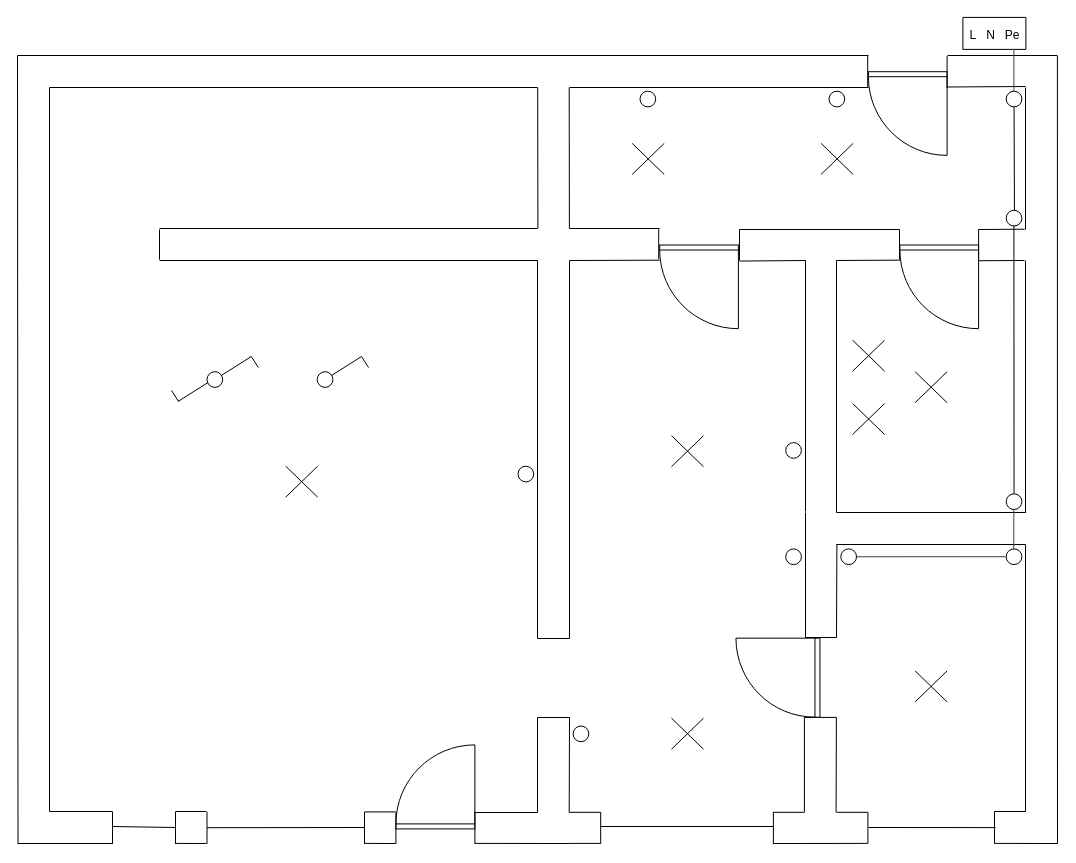
Earlier version of the draw.io diagram Flat.drawio (Pino-Tortellino/Implementation-Schemes). Source tidied: cells renumbered, new cells numbered last; positions are measured from the earlier drawing's top-left corner, leaving out a move shared by most shapes. Both pictures are drawn from the tidied source at 100%, with x=0, y=0 at pixel (17, 17).
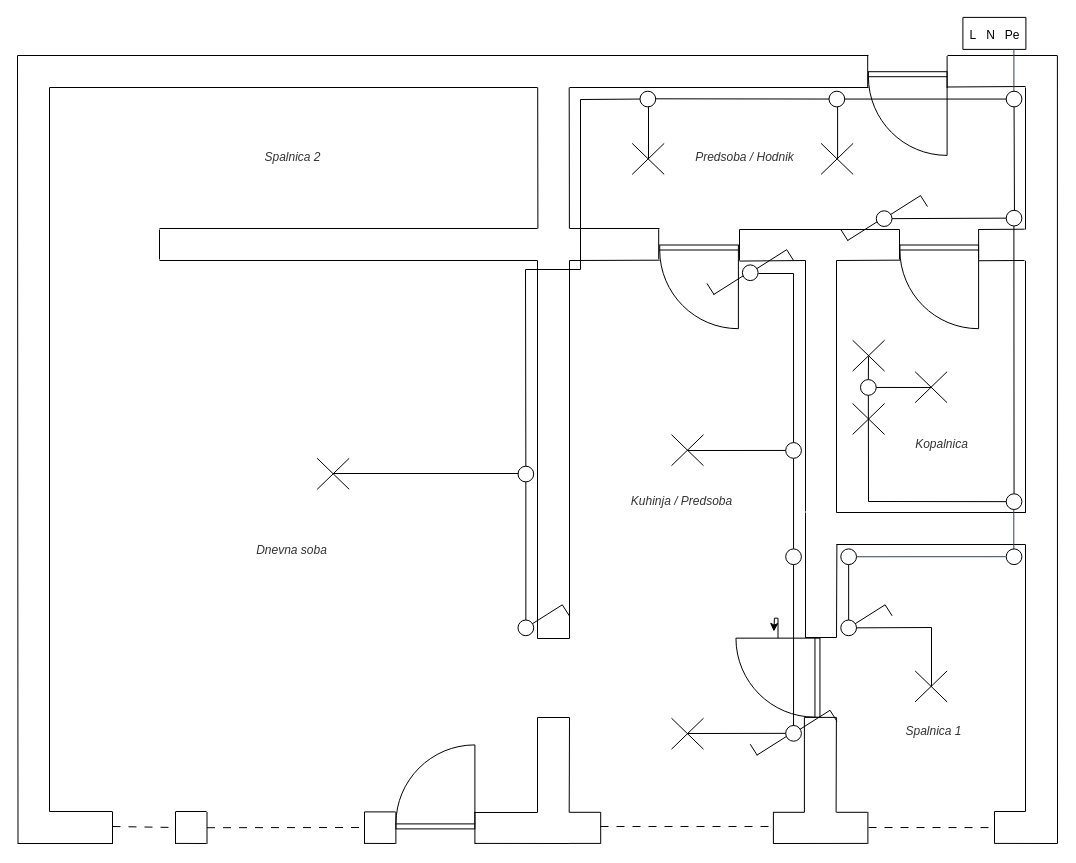
The same diagram, later.

The change refers to these unchanged cells:
```xml
<mxCell id="57" style="verticalLabelPosition=bottom;html=1;verticalAlign=top;align=center;shape=mxgraph.floorplan.doorLeft;rotation=90;" parent="1" vertex="1">
  <mxGeometry x="721" y="618.2" width="79" height="83.9" as="geometry" />
</mxCell>
<mxCell id="87" style="ellipse;whiteSpace=wrap;html=1;" parent="1" vertex="1">
  <mxGeometry x="988.7" y="73.7" width="15.7" height="15.7" as="geometry" />
</mxCell>
<mxCell id="89" style="ellipse;whiteSpace=wrap;html=1;" parent="1" vertex="1">
  <mxGeometry x="988.7" y="192.8" width="15.7" height="15.7" as="geometry" />
</mxCell>
<mxCell id="92" style="ellipse;whiteSpace=wrap;html=1;" parent="1" vertex="1">
  <mxGeometry x="988.7" y="476.3" width="15.7" height="15.7" as="geometry" />
</mxCell>
<mxCell id="97" style="ellipse;whiteSpace=wrap;html=1;" parent="1" vertex="1">
  <mxGeometry x="823.3" y="531.4" width="15.7" height="15.7" as="geometry" />
</mxCell>
<mxCell id="116" style="ellipse;whiteSpace=wrap;html=1;" parent="1" vertex="1">
  <mxGeometry x="811.5" y="73.7" width="15.7" height="15.7" as="geometry" />
</mxCell>
<mxCell id="117" style="ellipse;whiteSpace=wrap;html=1;" parent="1" vertex="1">
  <mxGeometry x="622.5" y="73.7" width="15.7" height="15.7" as="geometry" />
</mxCell>
<mxCell id="118" style="ellipse;whiteSpace=wrap;html=1;" parent="1" vertex="1">
  <mxGeometry x="768.2" y="531.4" width="15.7" height="15.7" as="geometry" />
</mxCell>
<mxCell id="119" style="ellipse;whiteSpace=wrap;html=1;" parent="1" vertex="1">
  <mxGeometry x="500.5" y="448.7" width="15.7" height="15.7" as="geometry" />
</mxCell>
<mxCell id="120" style="ellipse;whiteSpace=wrap;html=1;" parent="1" vertex="1">
  <mxGeometry x="768.2" y="425.1" width="15.7" height="15.7" as="geometry" />
</mxCell>
```

What changed in the source:
```diff
@@
-    <mxCell id="44" style="endArrow=none;html=1;rounded=0;" parent="1" edge="1">
+    <mxCell id="44" style="endArrow=none;html=1;rounded=0;dashed=1;dashPattern=8 8;" parent="1" edge="1">
       <mxGeometry relative="1" as="geometry">
         <mxPoint x="95" y="809" as="sourcePoint" />
         <mxPoint x="158" y="810" as="targetPoint" />
       </mxGeometry>
     </mxCell>
-    <mxCell id="45" style="endArrow=none;html=1;rounded=0;" parent="1" edge="1">
+    <mxCell id="45" style="endArrow=none;html=1;rounded=0;dashed=1;dashPattern=8 8;" parent="1" edge="1">
       <mxGeometry relative="1" as="geometry">
         <mxPoint x="583" y="809" as="sourcePoint" />
         <mxPoint x="756" y="809" as="targetPoint" />
       </mxGeometry>
     </mxCell>
-    <mxCell id="46" style="endArrow=none;html=1;rounded=0;" parent="1" edge="1">
+    <mxCell id="46" style="endArrow=none;html=1;rounded=0;dashed=1;dashPattern=8 8;" parent="1" edge="1">
       <mxGeometry relative="1" as="geometry">
         <mxPoint x="851" y="810" as="sourcePoint" />
         <mxPoint x="978.1" y="810.1" as="targetPoint" />
       </mxGeometry>
     </mxCell>
-    <mxCell id="47" style="endArrow=none;html=1;rounded=0;" parent="1" edge="1">
+    <mxCell id="47" style="endArrow=none;html=1;rounded=0;dashed=1;dashPattern=8 8;" parent="1" edge="1">
       <mxGeometry relative="1" as="geometry">
         <mxPoint x="189.5" y="810.2" as="sourcePoint" />
         <mxPoint x="347" y="810" as="targetPoint" />
       </mxGeometry>
     </mxCell>
@@
+    <mxCell id="130" style="edgeStyle=orthogonalEdgeStyle;rounded=0;jettySize=auto;html=1;" parent="1" edge="1" source="57">
+      <mxGeometry relative="1" as="geometry">
+        <mxPoint x="756.4" y="614" as="targetPoint" />
+      </mxGeometry>
+    </mxCell>
@@
     <mxCell id="108" style="endArrow=none;html=1;rounded=0;" parent="1" edge="1">
       <mxGeometry relative="1" as="geometry">
-        <mxPoint x="654" y="449.2" as="sourcePoint" />
-        <mxPoint x="686" y="418.2" as="targetPoint" />
+        <mxPoint x="654" y="448.2" as="sourcePoint" />
+        <mxPoint x="686" y="417.2" as="targetPoint" />
       </mxGeometry>
     </mxCell>
     <mxCell id="109" style="endArrow=none;html=1;rounded=0;" parent="1" edge="1">
       <mxGeometry relative="1" as="geometry">
-        <mxPoint x="654" y="418.2" as="sourcePoint" />
-        <mxPoint x="686" y="449.2" as="targetPoint" />
+        <mxPoint x="654" y="417.2" as="sourcePoint" />
+        <mxPoint x="686" y="448.2" as="targetPoint" />
       </mxGeometry>
     </mxCell>
     <mxCell id="110" style="endArrow=none;html=1;rounded=0;" parent="1" edge="1">
       <mxGeometry relative="1" as="geometry">
-        <mxPoint x="268.2" y="479.7" as="sourcePoint" />
-        <mxPoint x="300.2" y="448.7" as="targetPoint" />
+        <mxPoint x="299.7" y="471.8" as="sourcePoint" />
+        <mxPoint x="331.7" y="440.8" as="targetPoint" />
       </mxGeometry>
     </mxCell>
     <mxCell id="111" style="endArrow=none;html=1;rounded=0;" parent="1" edge="1">
       <mxGeometry relative="1" as="geometry">
-        <mxPoint x="268.2" y="448.7" as="sourcePoint" />
-        <mxPoint x="300.2" y="479.7" as="targetPoint" />
+        <mxPoint x="299.7" y="440.8" as="sourcePoint" />
+        <mxPoint x="331.7" y="471.8" as="targetPoint" />
       </mxGeometry>
     </mxCell>
@@
-    <mxCell id="121" style="ellipse;whiteSpace=wrap;html=1;" parent="1" vertex="1">
-      <mxGeometry x="555.6" y="708.5" width="15.7" height="15.7" as="geometry" />
-    </mxCell>
-    <mxCell id="122" style="ellipse;whiteSpace=wrap;html=1;" parent="1" vertex="1">
-      <mxGeometry x="299.7" y="354.2" width="15.7" height="15.7" as="geometry" />
-    </mxCell>
-    <mxCell id="123" style="endArrow=none;html=1;rounded=0;" parent="1" edge="1">
-      <mxGeometry relative="1" as="geometry">
-        <mxPoint x="314" y="358" as="sourcePoint" />
-        <mxPoint x="344" y="339" as="targetPoint" />
-      </mxGeometry>
-    </mxCell>
-    <mxCell id="124" style="endArrow=none;html=1;rounded=0;" parent="1" edge="1">
-      <mxGeometry relative="1" as="geometry">
-        <mxPoint x="351" y="350" as="sourcePoint" />
-        <mxPoint x="344" y="339" as="targetPoint" />
-      </mxGeometry>
-    </mxCell>
-    <mxCell id="125" style="ellipse;whiteSpace=wrap;html=1;" parent="1" vertex="1">
-      <mxGeometry x="189.5" y="354.2" width="15.7" height="15.7" as="geometry" />
-    </mxCell>
-    <mxCell id="126" style="endArrow=none;html=1;rounded=0;" parent="1" edge="1">
-      <mxGeometry relative="1" as="geometry">
-        <mxPoint x="203.8" y="358" as="sourcePoint" />
-        <mxPoint x="233.8" y="339" as="targetPoint" />
-      </mxGeometry>
-    </mxCell>
-    <mxCell id="127" style="endArrow=none;html=1;rounded=0;" parent="1" edge="1">
-      <mxGeometry relative="1" as="geometry">
-        <mxPoint x="240.8" y="350" as="sourcePoint" />
-        <mxPoint x="233.8" y="339" as="targetPoint" />
-      </mxGeometry>
-    </mxCell>
-    <mxCell id="128" style="endArrow=none;html=1;rounded=0;" parent="1" edge="1">
-      <mxGeometry relative="1" as="geometry">
-        <mxPoint x="160.5" y="384" as="sourcePoint" />
-        <mxPoint x="190.5" y="365" as="targetPoint" />
-      </mxGeometry>
-    </mxCell>
-    <mxCell id="129" style="endArrow=none;html=1;rounded=0;" parent="1" edge="1">
-      <mxGeometry relative="1" as="geometry">
-        <mxPoint x="161" y="383.9" as="sourcePoint" />
-        <mxPoint x="154" y="372.9" as="targetPoint" />
-      </mxGeometry>
-    </mxCell>
+    <mxCell id="131" style="ellipse;whiteSpace=wrap;html=1;" parent="1" vertex="1">
+      <mxGeometry x="724.9" y="247.4" width="15.7" height="15.7" as="geometry" />
+    </mxCell>
+    <mxCell id="132" style="endArrow=none;html=1;rounded=0;" parent="1" edge="1">
+      <mxGeometry relative="1" as="geometry">
+        <mxPoint x="739.2" y="251.2" as="sourcePoint" />
+        <mxPoint x="769.2" y="232.2" as="targetPoint" />
+      </mxGeometry>
+    </mxCell>
+    <mxCell id="133" style="endArrow=none;html=1;rounded=0;" parent="1" edge="1">
+      <mxGeometry relative="1" as="geometry">
+        <mxPoint x="776.2" y="243.2" as="sourcePoint" />
+        <mxPoint x="769.2" y="232.2" as="targetPoint" />
+      </mxGeometry>
+    </mxCell>
+    <mxCell id="134" style="endArrow=none;html=1;rounded=0;" parent="1" edge="1">
+      <mxGeometry relative="1" as="geometry">
+        <mxPoint x="695.9" y="277.2" as="sourcePoint" />
+        <mxPoint x="725.9" y="258.2" as="targetPoint" />
+      </mxGeometry>
+    </mxCell>
+    <mxCell id="135" style="endArrow=none;html=1;rounded=0;" parent="1" edge="1">
+      <mxGeometry relative="1" as="geometry">
+        <mxPoint x="696.5" y="277" as="sourcePoint" />
+        <mxPoint x="689.5" y="266" as="targetPoint" />
+      </mxGeometry>
+    </mxCell>
+    <mxCell id="136" style="ellipse;whiteSpace=wrap;html=1;" parent="1" vertex="1">
+      <mxGeometry x="768.2" y="708" width="15.7" height="15.7" as="geometry" />
+    </mxCell>
+    <mxCell id="137" style="endArrow=none;html=1;rounded=0;" parent="1" edge="1">
+      <mxGeometry relative="1" as="geometry">
+        <mxPoint x="782.5" y="711.8" as="sourcePoint" />
+        <mxPoint x="812.5" y="692.8" as="targetPoint" />
+      </mxGeometry>
+    </mxCell>
+    <mxCell id="138" style="endArrow=none;html=1;rounded=0;" parent="1" edge="1">
+      <mxGeometry relative="1" as="geometry">
+        <mxPoint x="819.5" y="703.8" as="sourcePoint" />
+        <mxPoint x="812.5" y="692.8" as="targetPoint" />
+      </mxGeometry>
+    </mxCell>
+    <mxCell id="139" style="endArrow=none;html=1;rounded=0;" parent="1" edge="1">
+      <mxGeometry relative="1" as="geometry">
+        <mxPoint x="739.2" y="737.8" as="sourcePoint" />
+        <mxPoint x="769.2" y="718.8" as="targetPoint" />
+      </mxGeometry>
+    </mxCell>
+    <mxCell id="140" style="endArrow=none;html=1;rounded=0;" parent="1" edge="1">
+      <mxGeometry relative="1" as="geometry">
+        <mxPoint x="739.7" y="737.7" as="sourcePoint" />
+        <mxPoint x="732.7" y="726.7" as="targetPoint" />
+      </mxGeometry>
+    </mxCell>
+    <mxCell id="141" style="ellipse;whiteSpace=wrap;html=1;" parent="1" vertex="1">
+      <mxGeometry x="823.3" y="602.5" width="15.7" height="15.7" as="geometry" />
+    </mxCell>
+    <mxCell id="142" style="endArrow=none;html=1;rounded=0;" parent="1" edge="1">
+      <mxGeometry relative="1" as="geometry">
+        <mxPoint x="837.6" y="606.3" as="sourcePoint" />
+        <mxPoint x="867.6" y="587.3" as="targetPoint" />
+      </mxGeometry>
+    </mxCell>
+    <mxCell id="143" style="endArrow=none;html=1;rounded=0;" parent="1" edge="1">
+      <mxGeometry relative="1" as="geometry">
+        <mxPoint x="874.6" y="598.3" as="sourcePoint" />
+        <mxPoint x="867.6" y="587.3" as="targetPoint" />
+      </mxGeometry>
+    </mxCell>
+    <mxCell id="144" style="endArrow=none;html=1;rounded=0;exitX=0.5;exitY=0;exitDx=0;exitDy=0;entryX=0.5;entryY=1;entryDx=0;entryDy=0;" parent="1" edge="1" source="141" target="97">
+      <mxGeometry relative="1" as="geometry" />
+    </mxCell>
+    <mxCell id="145" style="endArrow=none;html=1;rounded=0;entryX=0;entryY=0.5;entryDx=0;entryDy=0;" parent="1" edge="1" target="136">
+      <mxGeometry relative="1" as="geometry">
+        <mxPoint x="670" y="716" as="sourcePoint" />
+      </mxGeometry>
+    </mxCell>
+    <mxCell id="146" style="endArrow=none;html=1;rounded=0;exitX=0.5;exitY=0;exitDx=0;exitDy=0;entryX=0.5;entryY=1;entryDx=0;entryDy=0;" parent="1" edge="1" source="136" target="118">
+      <mxGeometry relative="1" as="geometry" />
+    </mxCell>
+    <mxCell id="147" style="endArrow=none;html=1;rounded=0;entryX=0.5;entryY=1;entryDx=0;entryDy=0;exitX=0.5;exitY=0;exitDx=0;exitDy=0;" parent="1" edge="1" source="118" target="120">
+      <mxGeometry relative="1" as="geometry" />
+    </mxCell>
+    <mxCell id="148" style="endArrow=none;html=1;rounded=0;entryX=0;entryY=0.5;entryDx=0;entryDy=0;" parent="1" edge="1" target="120">
+      <mxGeometry relative="1" as="geometry">
+        <mxPoint x="670" y="433" as="sourcePoint" />
+      </mxGeometry>
+    </mxCell>
+    <mxCell id="149" style="endArrow=none;html=1;rounded=0;" parent="1" edge="1">
+      <mxGeometry relative="1" as="geometry">
+        <mxPoint x="741" y="256" as="sourcePoint" />
+        <mxPoint x="776" y="256" as="targetPoint" />
+      </mxGeometry>
+    </mxCell>
+    <mxCell id="150" style="endArrow=none;html=1;rounded=0;exitX=0.5;exitY=0;exitDx=0;exitDy=0;" parent="1" edge="1" source="120">
+      <mxGeometry relative="1" as="geometry">
+        <mxPoint x="776" y="256" as="targetPoint" />
+      </mxGeometry>
+    </mxCell>
+    <mxCell id="151" style="endArrow=none;html=1;rounded=0;entryX=0;entryY=0.5;entryDx=0;entryDy=0;exitX=1;exitY=0.5;exitDx=0;exitDy=0;" parent="1" edge="1" source="116" target="87">
+      <mxGeometry relative="1" as="geometry" />
+    </mxCell>
+    <mxCell id="152" style="endArrow=none;html=1;rounded=0;entryX=0;entryY=0.5;entryDx=0;entryDy=0;exitX=1;exitY=0.5;exitDx=0;exitDy=0;" parent="1" edge="1" target="116">
+      <mxGeometry relative="1" as="geometry">
+        <mxPoint x="638" y="81.3" as="sourcePoint" />
+      </mxGeometry>
+    </mxCell>
+    <mxCell id="153" style="endArrow=none;html=1;rounded=0;" parent="1" edge="1">
+      <mxGeometry relative="1" as="geometry">
+        <mxPoint x="631" y="141" as="sourcePoint" />
+        <mxPoint x="631" y="89" as="targetPoint" />
+      </mxGeometry>
+    </mxCell>
+    <mxCell id="154" style="endArrow=none;html=1;rounded=0;" parent="1" edge="1">
+      <mxGeometry relative="1" as="geometry">
+        <mxPoint x="820.1" y="141.4" as="sourcePoint" />
+        <mxPoint x="820.1" y="89.4" as="targetPoint" />
+      </mxGeometry>
+    </mxCell>
+    <mxCell id="155" style="endArrow=none;html=1;rounded=0;entryX=0;entryY=0.5;entryDx=0;entryDy=0;" parent="1" edge="1" target="117">
+      <mxGeometry relative="1" as="geometry">
+        <mxPoint x="563" y="82" as="sourcePoint" />
+      </mxGeometry>
+    </mxCell>
+    <mxCell id="156" style="endArrow=none;html=1;rounded=0;" parent="1" edge="1">
+      <mxGeometry relative="1" as="geometry">
+        <mxPoint x="563" y="252" as="sourcePoint" />
+        <mxPoint x="563" y="82" as="targetPoint" />
+      </mxGeometry>
+    </mxCell>
+    <mxCell id="157" style="endArrow=none;html=1;rounded=0;" parent="1" edge="1">
+      <mxGeometry relative="1" as="geometry">
+        <mxPoint x="508" y="252" as="sourcePoint" />
+        <mxPoint x="563" y="252" as="targetPoint" />
+      </mxGeometry>
+    </mxCell>
+    <mxCell id="158" style="endArrow=none;html=1;rounded=0;exitX=0.5;exitY=0;exitDx=0;exitDy=0;" parent="1" edge="1" source="119">
+      <mxGeometry relative="1" as="geometry">
+        <mxPoint x="508" y="252" as="targetPoint" />
+      </mxGeometry>
+    </mxCell>
+    <mxCell id="159" style="ellipse;whiteSpace=wrap;html=1;" parent="1" vertex="1">
+      <mxGeometry x="500.5" y="602.5" width="15.7" height="15.7" as="geometry" />
+    </mxCell>
+    <mxCell id="160" style="endArrow=none;html=1;rounded=0;" parent="1" edge="1">
+      <mxGeometry relative="1" as="geometry">
+        <mxPoint x="514.8" y="606.3" as="sourcePoint" />
+        <mxPoint x="544.8" y="587.3" as="targetPoint" />
+      </mxGeometry>
+    </mxCell>
+    <mxCell id="161" style="endArrow=none;html=1;rounded=0;" parent="1" edge="1">
+      <mxGeometry relative="1" as="geometry">
+        <mxPoint x="551.8" y="598.3" as="sourcePoint" />
+        <mxPoint x="544.8" y="587.3" as="targetPoint" />
+      </mxGeometry>
+    </mxCell>
+    <mxCell id="162" style="endArrow=none;html=1;rounded=0;exitX=0.5;exitY=0;exitDx=0;exitDy=0;entryX=0.5;entryY=1;entryDx=0;entryDy=0;" parent="1" edge="1" source="159" target="119">
+      <mxGeometry relative="1" as="geometry" />
+    </mxCell>
+    <mxCell id="163" style="endArrow=none;html=1;rounded=0;" parent="1" edge="1">
+      <mxGeometry relative="1" as="geometry">
+        <mxPoint x="316" y="456" as="sourcePoint" />
+        <mxPoint x="501" y="456" as="targetPoint" />
+      </mxGeometry>
+    </mxCell>
+    <mxCell id="164" style="endArrow=none;html=1;rounded=0;exitX=1;exitY=0.5;exitDx=0;exitDy=0;" parent="1" edge="1" source="141">
+      <mxGeometry relative="1" as="geometry">
+        <mxPoint x="914" y="610" as="targetPoint" />
+      </mxGeometry>
+    </mxCell>
+    <mxCell id="165" style="endArrow=none;html=1;rounded=0;" parent="1" edge="1">
+      <mxGeometry relative="1" as="geometry">
+        <mxPoint x="914" y="669" as="sourcePoint" />
+        <mxPoint x="914" y="610" as="targetPoint" />
+      </mxGeometry>
+    </mxCell>
+    <mxCell id="166" style="ellipse;whiteSpace=wrap;html=1;" parent="1" vertex="1">
+      <mxGeometry x="858.8" y="193.3" width="15.7" height="15.7" as="geometry" />
+    </mxCell>
+    <mxCell id="167" style="endArrow=none;html=1;rounded=0;" parent="1" edge="1">
+      <mxGeometry relative="1" as="geometry">
+        <mxPoint x="873" y="197.1" as="sourcePoint" />
+        <mxPoint x="903" y="178.1" as="targetPoint" />
+      </mxGeometry>
+    </mxCell>
+    <mxCell id="168" style="endArrow=none;html=1;rounded=0;" parent="1" edge="1">
+      <mxGeometry relative="1" as="geometry">
+        <mxPoint x="910" y="189.1" as="sourcePoint" />
+        <mxPoint x="903" y="178.1" as="targetPoint" />
+      </mxGeometry>
+    </mxCell>
+    <mxCell id="169" style="endArrow=none;html=1;rounded=0;" parent="1" edge="1">
+      <mxGeometry relative="1" as="geometry">
+        <mxPoint x="829.8" y="223.2" as="sourcePoint" />
+        <mxPoint x="859.8" y="204.2" as="targetPoint" />
+      </mxGeometry>
+    </mxCell>
+    <mxCell id="170" style="endArrow=none;html=1;rounded=0;" parent="1" edge="1">
+      <mxGeometry relative="1" as="geometry">
+        <mxPoint x="830.3" y="223" as="sourcePoint" />
+        <mxPoint x="823.3" y="212" as="targetPoint" />
+      </mxGeometry>
+    </mxCell>
+    <mxCell id="171" style="endArrow=none;html=1;rounded=0;entryX=0;entryY=0.5;entryDx=0;entryDy=0;exitX=1;exitY=0.5;exitDx=0;exitDy=0;" parent="1" edge="1" source="166" target="89">
+      <mxGeometry relative="1" as="geometry" />
+    </mxCell>
+    <mxCell id="172" style="endArrow=none;html=1;rounded=0;entryX=0;entryY=0.5;entryDx=0;entryDy=0;" parent="1" edge="1" target="92">
+      <mxGeometry relative="1" as="geometry">
+        <mxPoint x="851" y="484" as="sourcePoint" />
+      </mxGeometry>
+    </mxCell>
+    <mxCell id="173" style="endArrow=none;html=1;rounded=0;" parent="1" edge="1" source="175">
+      <mxGeometry relative="1" as="geometry">
+        <mxPoint x="851" y="339" as="targetPoint" />
+      </mxGeometry>
+    </mxCell>
+    <mxCell id="174" style="endArrow=none;html=1;rounded=0;" parent="1" edge="1" target="175">
+      <mxGeometry relative="1" as="geometry">
+        <mxPoint x="851" y="484" as="sourcePoint" />
+      </mxGeometry>
+    </mxCell>
+    <mxCell id="175" style="ellipse;whiteSpace=wrap;html=1;" parent="1" vertex="1">
+      <mxGeometry x="843" y="362.1" width="15.7" height="15.7" as="geometry" />
+    </mxCell>
+    <mxCell id="176" style="endArrow=none;html=1;rounded=0;exitX=1;exitY=0.5;exitDx=0;exitDy=0;" parent="1" edge="1" source="175">
+      <mxGeometry relative="1" as="geometry">
+        <mxPoint x="914" y="370" as="targetPoint" />
+      </mxGeometry>
+    </mxCell>
+    <mxCell id="177" value="&lt;font&gt;&lt;i style=&quot;&quot;&gt;Predsoba / Hodnik&lt;/i&gt;&lt;/font&gt;" style="text;html=1;align=center;verticalAlign=middle;shadow=0;fillColor=none;fontColor=#333333;strokeColor=none;opacity=0;strokeOpacity=100;" parent="1" vertex="1">
+      <mxGeometry x="665.9" y="125.9" width="122" height="27.6" as="geometry" />
+    </mxCell>
+    <mxCell id="178" value="&lt;i&gt;Kuhinja / Predsoba&lt;/i&gt;" style="text;html=1;align=center;verticalAlign=middle;shadow=0;fillColor=none;fontColor=#333333;strokeColor=none;opacity=0;strokeOpacity=100;" parent="1" vertex="1">
+      <mxGeometry x="602.9" y="470.3" width="122" height="27.6" as="geometry" />
+    </mxCell>
+    <mxCell id="179" value="&lt;i&gt;Kopalnica&lt;/i&gt;" style="text;html=1;align=center;verticalAlign=middle;shadow=0;fillColor=none;fontColor=#333333;strokeColor=none;opacity=0;strokeOpacity=100;" parent="1" vertex="1">
+      <mxGeometry x="886.7" y="413.2" width="74.8" height="27.6" as="geometry" />
+    </mxCell>
+    <mxCell id="180" value="&lt;font&gt;&lt;i style=&quot;&quot;&gt;Spalnica 1&lt;/i&gt;&lt;/font&gt;" style="text;html=1;align=center;verticalAlign=middle;shadow=0;fillColor=none;fontColor=#333333;strokeColor=none;opacity=0;strokeOpacity=100;" parent="1" vertex="1">
+      <mxGeometry x="876.8" y="699.9" width="78.7" height="27.6" as="geometry" />
+    </mxCell>
+    <mxCell id="181" value="&lt;font&gt;&lt;i style=&quot;&quot;&gt;Dnevna soba&lt;/i&gt;&lt;/font&gt;" style="text;html=1;align=center;verticalAlign=middle;shadow=0;fillColor=none;fontColor=#333333;strokeColor=none;opacity=0;strokeOpacity=100;" parent="1" vertex="1">
+      <mxGeometry x="227.1" y="519.6" width="94.5" height="27.6" as="geometry" />
+    </mxCell>
+    <mxCell id="182" value="&lt;font&gt;&lt;i style=&quot;&quot;&gt;Spalnica 2&lt;/i&gt;&lt;/font&gt;" style="text;html=1;align=center;verticalAlign=middle;shadow=0;fillColor=none;fontColor=#333333;strokeColor=none;opacity=0;strokeOpacity=100;" parent="1" vertex="1">
+      <mxGeometry x="235.3" y="125.9" width="78.7" height="27.6" as="geometry" />
+    </mxCell>
```
